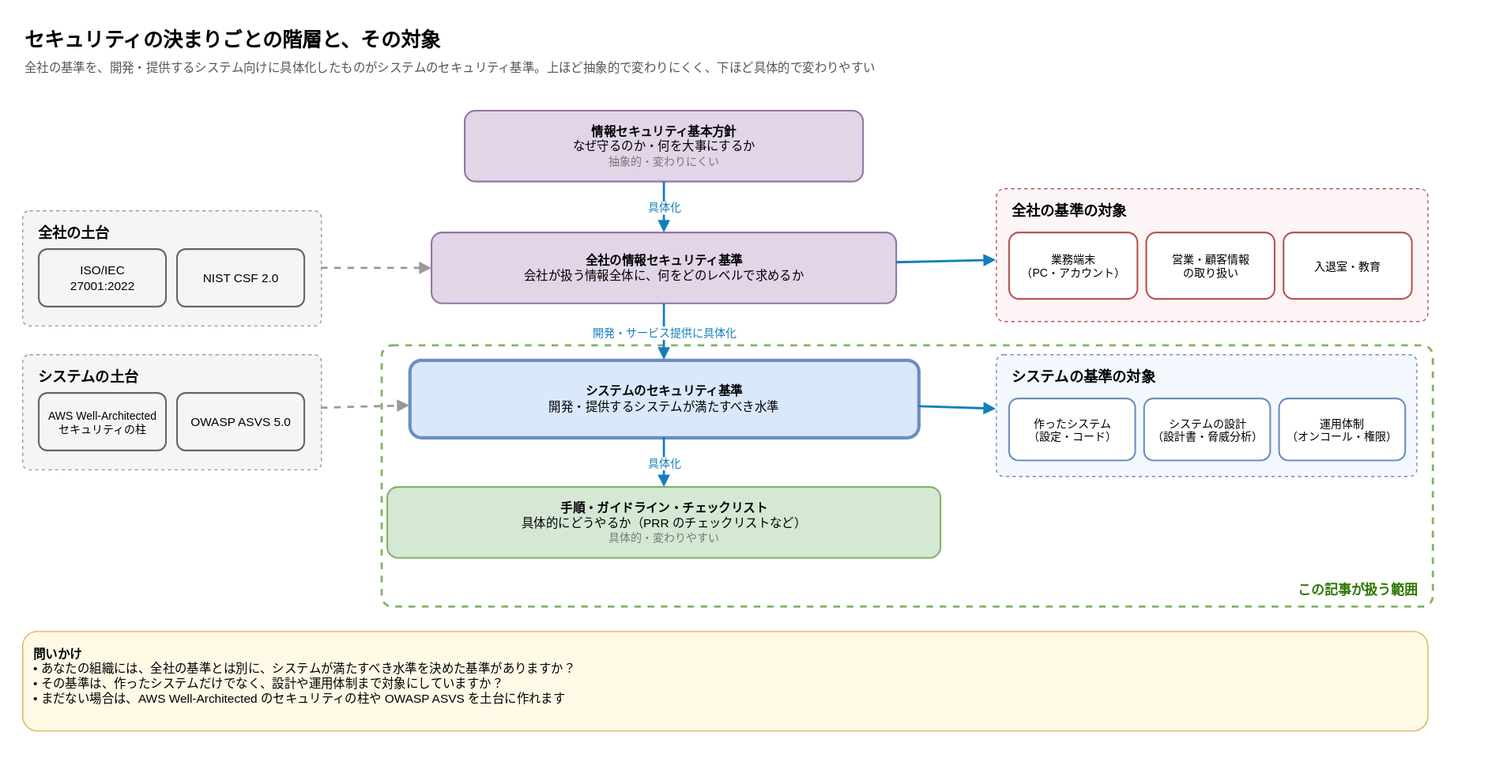
Earlier version of the draw.io export images/continuous-security-assessment-ai-agent/policy-hierarchy.drawio.svg (anfangd/zenn-content). Source tidied: cells renumbered, new cells last; positions are measured from the earlier drawing's top-left corner, leaving out a move shared by most shapes.
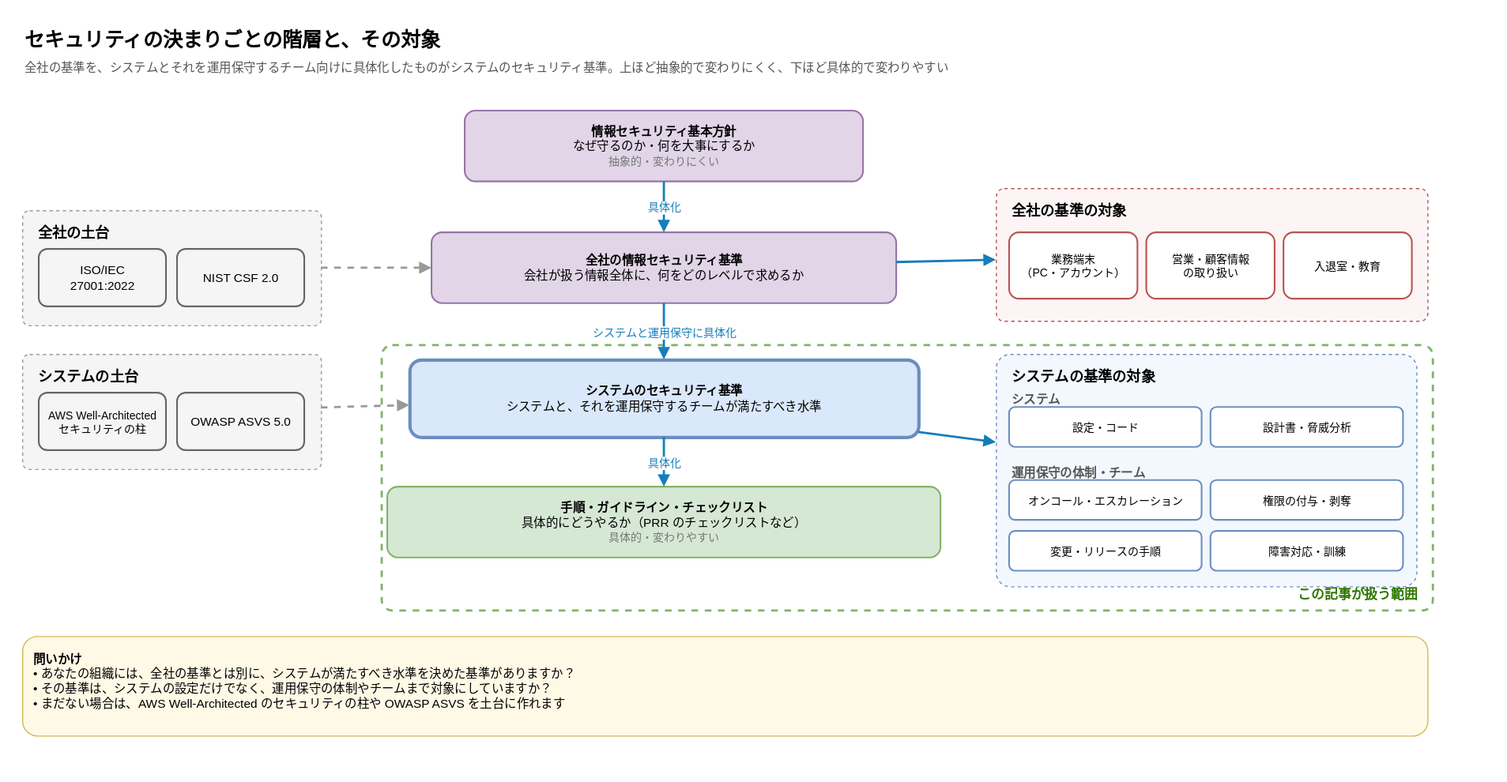
The same file after the commit.

Change to the diagram source:
```diff
@@ -5,11 +5,11 @@
     <mxCell id="2" value="セキュリティの決まりごとの階層と、その対象" style="text;html=1;align=left;verticalAlign=middle;fontSize=18;fontStyle=1;" parent="1" vertex="1">
       <mxGeometry width="1300" height="32" as="geometry" />
     </mxCell>
-    <mxCell id="3" value="全社の基準を、開発・提供するシステム向けに具体化したものがシステムのセキュリティ基準。上ほど抽象的で変わりにくく、下ほど具体的で変わりやすい" style="text;html=1;align=left;verticalAlign=middle;fontSize=11;fontColor=#555555;" parent="1" vertex="1">
+    <mxCell id="3" value="全社の基準を、システムとそれを運用保守するチーム向けに具体化したものがシステムのセキュリティ基準。上ほど抽象的で変わりにくく、下ほど具体的で変わりやすい" style="text;html=1;align=left;verticalAlign=middle;fontSize=11;fontColor=#555555;" parent="1" vertex="1">
       <mxGeometry y="30" width="1300" height="22" as="geometry" />
     </mxCell>
     <mxCell id="4" value="この記事が扱う範囲" style="rounded=1;arcSize=4;whiteSpace=wrap;html=1;fillColor=none;strokeColor=#82B366;dashed=1;strokeWidth=2;verticalAlign=bottom;align=right;spacingRight=12;spacingBottom=6;fontSize=12;fontStyle=1;fontColor=#2D7600;" parent="1" vertex="1">
-      <mxGeometry x="325" y="292" width="950" height="236" as="geometry" />
+      <mxGeometry x="325" y="292" width="950" height="240" as="geometry" />
     </mxCell>
     <mxCell id="5" value="&lt;b&gt;情報セキュリティ基本方針&lt;/b&gt;&lt;br&gt;なぜ守るのか・何を大事にするか&lt;br&gt;&lt;font color='#777777' style='font-size:10px'&gt;抽象的・変わりにくい&lt;/font&gt;" style="rounded=1;whiteSpace=wrap;html=1;fillColor=#E1D5E7;strokeColor=#9673A6;fontSize=11;fontStyle=1;align=center;verticalAlign=middle;spacing=8;strokeWidth=1.5;fontStyle=0;" parent="1" vertex="1">
       <mxGeometry x="400" y="80" width="360" height="64" as="geometry" />
@@ -17,7 +17,7 @@
     <mxCell id="6" value="&lt;b&gt;全社の情報セキュリティ基準&lt;/b&gt;&lt;br&gt;会社が扱う情報全体に、何をどのレベルで求めるか" style="rounded=1;whiteSpace=wrap;html=1;fillColor=#E1D5E7;strokeColor=#9673A6;fontSize=11;fontStyle=1;align=center;verticalAlign=middle;spacing=8;strokeWidth=1.5;fontStyle=0;" parent="1" vertex="1">
       <mxGeometry x="370" y="190" width="420" height="64" as="geometry" />
     </mxCell>
-    <mxCell id="7" value="&lt;b&gt;システムのセキュリティ基準&lt;/b&gt;&lt;br&gt;開発・提供するシステムが満たすべき水準" style="rounded=1;whiteSpace=wrap;html=1;fillColor=#DAE8FC;strokeColor=#6C8EBF;fontSize=11;fontStyle=1;align=center;verticalAlign=middle;spacing=8;strokeWidth=1.5;strokeWidth=3;fontStyle=0;" parent="1" vertex="1">
+    <mxCell id="7" value="&lt;b&gt;システムのセキュリティ基準&lt;/b&gt;&lt;br&gt;システムと、それを運用保守するチームが満たすべき水準" style="rounded=1;whiteSpace=wrap;html=1;fillColor=#DAE8FC;strokeColor=#6C8EBF;fontSize=11;fontStyle=1;align=center;verticalAlign=middle;spacing=8;strokeWidth=1.5;strokeWidth=3;fontStyle=0;" parent="1" vertex="1">
       <mxGeometry x="350" y="305" width="460" height="70" as="geometry" />
     </mxCell>
     <mxCell id="8" value="&lt;b&gt;手順・ガイドライン・チェックリスト&lt;/b&gt;&lt;br&gt;具体的にどうやるか（PRR のチェックリストなど）&lt;br&gt;&lt;font color='#777777' style='font-size:10px'&gt;具体的・変わりやすい&lt;/font&gt;" style="rounded=1;whiteSpace=wrap;html=1;fillColor=#D5E8D4;strokeColor=#82B366;fontSize=11;fontStyle=1;align=center;verticalAlign=middle;spacing=8;strokeWidth=1.5;fontStyle=0;" parent="1" vertex="1">
@@ -26,7 +26,7 @@
     <mxCell id="9" value="具体化" style="edgeStyle=none;html=1;endArrow=block;endFill=1;strokeWidth=2;strokeColor=#147EBA;fontSize=10;labelBackgroundColor=#FFFFFF;fontColor=#147EBA;" parent="1" edge="1" source="5" target="6">
       <mxGeometry relative="1" as="geometry" />
     </mxCell>
-    <mxCell id="10" value="開発・サービス提供に具体化" style="edgeStyle=none;html=1;endArrow=block;endFill=1;strokeWidth=2;strokeColor=#147EBA;fontSize=10;labelBackgroundColor=#FFFFFF;fontColor=#147EBA;" parent="1" edge="1" source="6" target="7">
+    <mxCell id="10" value="システムと運用保守に具体化" style="edgeStyle=none;html=1;endArrow=block;endFill=1;strokeWidth=2;strokeColor=#147EBA;fontSize=10;labelBackgroundColor=#FFFFFF;fontColor=#147EBA;" parent="1" edge="1" source="6" target="7">
       <mxGeometry relative="1" as="geometry" />
     </mxCell>
     <mxCell id="11" value="具体化" style="edgeStyle=none;html=1;endArrow=block;endFill=1;strokeWidth=2;strokeColor=#147EBA;fontSize=10;labelBackgroundColor=#FFFFFF;fontColor=#147EBA;" parent="1" edge="1" source="7" target="8">
@@ -69,25 +69,40 @@
       <mxGeometry x="1140" y="190" width="116" height="60" as="geometry" />
     </mxCell>
     <mxCell id="24" value="システムの基準の対象" style="rounded=1;arcSize=6;whiteSpace=wrap;html=1;fillColor=#F3F8FE;strokeColor=#6C8EBF;dashed=1;verticalAlign=top;align=left;spacingLeft=12;spacingTop=6;fontSize=13;fontStyle=1;" parent="1" vertex="1">
-      <mxGeometry x="880" y="300" width="380" height="110" as="geometry" />
+      <mxGeometry x="880" y="300" width="380" height="210" as="geometry" />
     </mxCell>
-    <mxCell id="25" value="作ったシステム&lt;br&gt;（設定・コード）" style="rounded=1;whiteSpace=wrap;html=1;fillColor=#FFFFFF;strokeColor=#6C8EBF;fontSize=10;fontStyle=0;align=center;verticalAlign=middle;spacing=8;strokeWidth=1.5;" parent="1" vertex="1">
-      <mxGeometry x="892" y="340" width="114" height="56" as="geometry" />
+    <mxCell id="25" value="システム" style="text;html=1;align=left;verticalAlign=top;whiteSpace=wrap;fontSize=11;fontStyle=1;fontColor=#555555;" parent="1" vertex="1">
+      <mxGeometry x="892" y="328" width="200" height="18" as="geometry" />
     </mxCell>
-    <mxCell id="26" value="システムの設計&lt;br&gt;（設計書・脅威分析）" style="rounded=1;whiteSpace=wrap;html=1;fillColor=#FFFFFF;strokeColor=#6C8EBF;fontSize=10;fontStyle=0;align=center;verticalAlign=middle;spacing=8;strokeWidth=1.5;" parent="1" vertex="1">
-      <mxGeometry x="1014" y="340" width="114" height="56" as="geometry" />
+    <mxCell id="26" value="設定・コード" style="rounded=1;whiteSpace=wrap;html=1;fillColor=#FFFFFF;strokeColor=#6C8EBF;fontSize=10;fontStyle=0;align=center;verticalAlign=middle;spacing=8;strokeWidth=1.5;" parent="1" vertex="1">
+      <mxGeometry x="892" y="348" width="174" height="36" as="geometry" />
     </mxCell>
-    <mxCell id="27" value="運用体制&lt;br&gt;（オンコール・権限）" style="rounded=1;whiteSpace=wrap;html=1;fillColor=#FFFFFF;strokeColor=#6C8EBF;fontSize=10;fontStyle=0;align=center;verticalAlign=middle;spacing=8;strokeWidth=1.5;" parent="1" vertex="1">
-      <mxGeometry x="1136" y="340" width="114" height="56" as="geometry" />
+    <mxCell id="27" value="設計書・脅威分析" style="rounded=1;whiteSpace=wrap;html=1;fillColor=#FFFFFF;strokeColor=#6C8EBF;fontSize=10;fontStyle=0;align=center;verticalAlign=middle;spacing=8;strokeWidth=1.5;" parent="1" vertex="1">
+      <mxGeometry x="1074" y="348" width="174" height="36" as="geometry" />
     </mxCell>
-    <mxCell id="28" style="edgeStyle=none;html=1;endArrow=block;endFill=1;strokeWidth=2;strokeColor=#147EBA;fontSize=10;labelBackgroundColor=#FFFFFF;fontColor=#147EBA;" parent="1" edge="1" source="6" target="20">
-      <mxGeometry relative="1" as="geometry" />
+    <mxCell id="28" value="運用保守の体制・チーム" style="text;html=1;align=left;verticalAlign=top;whiteSpace=wrap;fontSize=11;fontStyle=1;fontColor=#555555;" parent="1" vertex="1">
+      <mxGeometry x="892" y="394" width="250" height="18" as="geometry" />
     </mxCell>
-    <mxCell id="29" style="edgeStyle=none;html=1;endArrow=block;endFill=1;strokeWidth=2;strokeColor=#147EBA;fontSize=10;labelBackgroundColor=#FFFFFF;fontColor=#147EBA;" parent="1" edge="1" source="7" target="24">
-      <mxGeometry relative="1" as="geometry" />
+    <mxCell id="29" value="オンコール・エスカレーション" style="rounded=1;whiteSpace=wrap;html=1;fillColor=#FFFFFF;strokeColor=#6C8EBF;fontSize=10;fontStyle=0;align=center;verticalAlign=middle;spacing=8;strokeWidth=1.5;" parent="1" vertex="1">
+      <mxGeometry x="892" y="414" width="174" height="36" as="geometry" />
     </mxCell>
-    <mxCell id="30" value="&lt;b&gt;問いかけ&lt;/b&gt;&lt;br&gt;• あなたの組織には、全社の基準とは別に、システムが満たすべき水準を決めた基準がありますか？&lt;br&gt;• その基準は、作ったシステムだけでなく、設計や運用体制まで対象にしていますか？&lt;br&gt;• まだない場合は、AWS Well-Architected のセキュリティの柱や OWASP ASVS を土台に作れます" style="text;html=1;align=left;verticalAlign=top;whiteSpace=wrap;rounded=1;fillColor=#FFF9E6;strokeColor=#D6B656;spacing=10;fontSize=11;" parent="1" vertex="1">
-      <mxGeometry y="550" width="1270" height="90" as="geometry" />
+    <mxCell id="30" value="権限の付与・剥奪" style="rounded=1;whiteSpace=wrap;html=1;fillColor=#FFFFFF;strokeColor=#6C8EBF;fontSize=10;fontStyle=0;align=center;verticalAlign=middle;spacing=8;strokeWidth=1.5;" parent="1" vertex="1">
+      <mxGeometry x="1074" y="414" width="174" height="36" as="geometry" />
     </mxCell>
+    <mxCell id="31" value="変更・リリースの手順" style="rounded=1;whiteSpace=wrap;html=1;fillColor=#FFFFFF;strokeColor=#6C8EBF;fontSize=10;fontStyle=0;align=center;verticalAlign=middle;spacing=8;strokeWidth=1.5;" parent="1" vertex="1">
+      <mxGeometry x="892" y="460" width="174" height="36" as="geometry" />
+    </mxCell>
+    <mxCell id="32" value="障害対応・訓練" style="rounded=1;whiteSpace=wrap;html=1;fillColor=#FFFFFF;strokeColor=#6C8EBF;fontSize=10;fontStyle=0;align=center;verticalAlign=middle;spacing=8;strokeWidth=1.5;" parent="1" vertex="1">
+      <mxGeometry x="1074" y="460" width="174" height="36" as="geometry" />
+    </mxCell>
+    <mxCell id="33" style="edgeStyle=none;html=1;endArrow=block;endFill=1;strokeWidth=2;strokeColor=#147EBA;fontSize=10;labelBackgroundColor=#FFFFFF;fontColor=#147EBA;" parent="1" edge="1" source="6" target="20">
+      <mxGeometry relative="1" as="geometry" />
+    </mxCell>
+    <mxCell id="34" style="edgeStyle=none;html=1;endArrow=block;endFill=1;strokeWidth=2;strokeColor=#147EBA;fontSize=10;labelBackgroundColor=#FFFFFF;fontColor=#147EBA;" parent="1" edge="1" source="7" target="24">
+      <mxGeometry relative="1" as="geometry" />
+    </mxCell>
+    <mxCell id="35" value="&lt;b&gt;問いかけ&lt;/b&gt;&lt;br&gt;• あなたの組織には、全社の基準とは別に、システムが満たすべき水準を決めた基準がありますか？&lt;br&gt;• その基準は、システムの設定だけでなく、運用保守の体制やチームまで対象にしていますか？&lt;br&gt;• まだない場合は、AWS Well-Architected のセキュリティの柱や OWASP ASVS を土台に作れます" style="text;html=1;align=left;verticalAlign=top;whiteSpace=wrap;rounded=1;fillColor=#FFF9E6;strokeColor=#D6B656;spacing=10;fontSize=11;" parent="1" vertex="1">
+      <mxGeometry y="555" width="1270" height="90" as="geometry" />
+    </mxCell>
   </root>
 </mxGraphModel>
```
